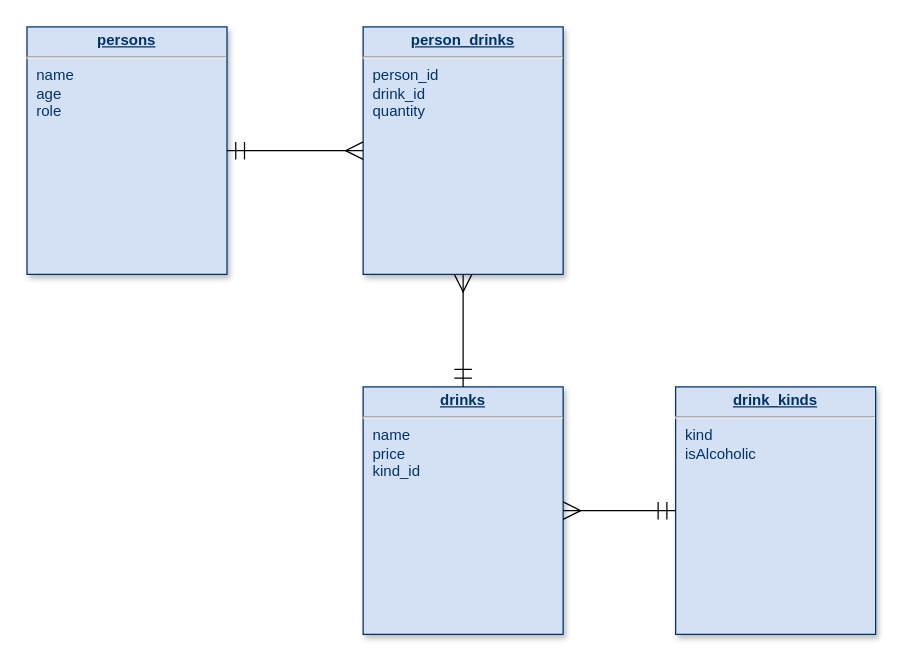
C-Side/DrinksCostCalculator-backend keeps this draw.io diagram as Calculator_data.drawio. Above is the earlier version. Source tidied: cells renumbered, new cells numbered last; positions are measured from the earlier drawing's top-left corner, leaving out a move shared by most shapes. Both pictures are drawn from the tidied source at 125%, with x=0, y=0 at pixel (26, 26).
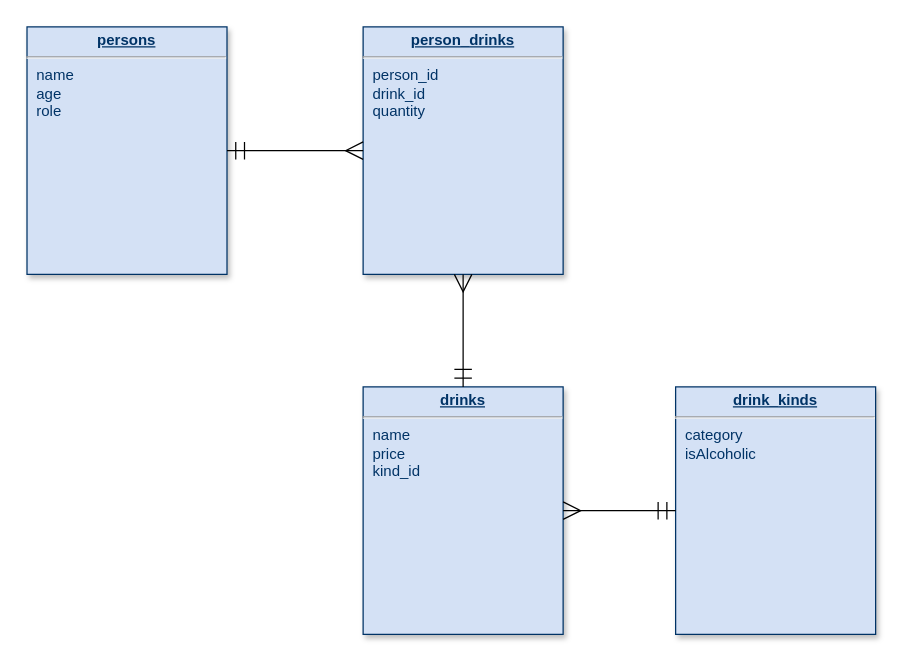
The same diagram, later.

Change to the diagram source:
```diff
@@
 <mxGraphModel>
   <root>
     <mxCell id="0" />
     <mxCell id="1" parent="0" />
     <mxCell id="2" value="&lt;p style=&quot;margin: 4px 0px 0px; text-align: center; text-decoration: underline;&quot;&gt;&lt;strong&gt;person_drinks&lt;/strong&gt;&lt;/p&gt;&lt;hr&gt;&lt;p style=&quot;margin: 0px; margin-left: 8px;&quot;&gt;person_id&lt;/p&gt;&lt;p style=&quot;margin: 0px; margin-left: 8px;&quot;&gt;drink_id&lt;/p&gt;&lt;p style=&quot;margin: 0px; margin-left: 8px;&quot;&gt;quantity&lt;/p&gt;" style="verticalAlign=top;align=left;overflow=fill;fontSize=12;fontFamily=Helvetica;html=1;strokeColor=#003366;shadow=1;fillColor=#D4E1F5;fontColor=#003366;" parent="1" vertex="1">
       <mxGeometry x="269" width="160" height="198" as="geometry" />
     </mxCell>
     <mxCell id="3" value="&lt;p style=&quot;margin: 4px 0px 0px; text-align: center; text-decoration: underline;&quot;&gt;&lt;strong&gt;persons&lt;/strong&gt;&lt;/p&gt;&lt;hr&gt;&lt;p style=&quot;margin: 0px; margin-left: 8px;&quot;&gt;name&lt;/p&gt;&lt;p style=&quot;margin: 0px; margin-left: 8px;&quot;&gt;age&lt;/p&gt;&lt;p style=&quot;margin: 0px; margin-left: 8px;&quot;&gt;role&lt;/p&gt;" style="verticalAlign=top;align=left;overflow=fill;fontSize=12;fontFamily=Helvetica;html=1;strokeColor=#003366;shadow=1;fillColor=#D4E1F5;fontColor=#003366;" parent="1" vertex="1">
       <mxGeometry x="0.1" width="160" height="198" as="geometry" />
     </mxCell>
     <mxCell id="4" style="endArrow=ERmany;endSize=12;startArrow=ERmandOne;startSize=12;startFill=0;edgeStyle=orthogonalEdgeStyle;exitX=1;exitY=0.5;rounded=0;exitDx=0;exitDy=0;endFill=0;" parent="1" edge="1" source="3" target="2">
       <mxGeometry x="769.4" y="450" as="geometry" />
     </mxCell>
     <mxCell id="5" value="&lt;p style=&quot;margin: 4px 0px 0px; text-align: center; text-decoration: underline;&quot;&gt;&lt;strong&gt;drinks&lt;/strong&gt;&lt;/p&gt;&lt;hr&gt;&lt;p style=&quot;margin: 0px; margin-left: 8px;&quot;&gt;name&lt;/p&gt;&lt;p style=&quot;margin: 0px; margin-left: 8px;&quot;&gt;price&lt;/p&gt;&lt;p style=&quot;margin: 0px; margin-left: 8px;&quot;&gt;kind_id&lt;/p&gt;" style="verticalAlign=top;align=left;overflow=fill;fontSize=12;fontFamily=Helvetica;html=1;strokeColor=#003366;shadow=1;fillColor=#D4E1F5;fontColor=#003366;" parent="1" vertex="1">
       <mxGeometry x="269" y="288" width="160" height="198" as="geometry" />
     </mxCell>
     <mxCell id="6" style="endArrow=ERmany;endSize=12;startArrow=ERmandOne;startSize=12;startFill=0;edgeStyle=orthogonalEdgeStyle;exitX=0.5;exitY=0;rounded=0;exitDx=0;exitDy=0;endFill=0;entryX=0.5;entryY=1;entryDx=0;entryDy=0;" parent="1" edge="1" source="5" target="2">
       <mxGeometry x="769.4" y="450" as="geometry" />
     </mxCell>
-    <mxCell id="7" value="&lt;p style=&quot;margin: 4px 0px 0px; text-align: center; text-decoration: underline;&quot;&gt;&lt;strong&gt;drink_kinds&lt;/strong&gt;&lt;/p&gt;&lt;hr&gt;&lt;p style=&quot;margin: 0px; margin-left: 8px;&quot;&gt;kind&lt;/p&gt;&lt;p style=&quot;margin: 0px; margin-left: 8px;&quot;&gt;isAlcoholic&lt;/p&gt;" style="verticalAlign=top;align=left;overflow=fill;fontSize=12;fontFamily=Helvetica;html=1;strokeColor=#003366;shadow=1;fillColor=#D4E1F5;fontColor=#003366;" parent="1" vertex="1">
+    <mxCell id="7" value="&lt;p style=&quot;margin: 4px 0px 0px; text-align: center; text-decoration: underline;&quot;&gt;&lt;strong&gt;drink_kinds&lt;/strong&gt;&lt;/p&gt;&lt;hr&gt;&lt;p style=&quot;margin: 0px; margin-left: 8px;&quot;&gt;category&lt;/p&gt;&lt;p style=&quot;margin: 0px; margin-left: 8px;&quot;&gt;isAlcoholic&lt;/p&gt;" style="verticalAlign=top;align=left;overflow=fill;fontSize=12;fontFamily=Helvetica;html=1;strokeColor=#003366;shadow=1;fillColor=#D4E1F5;fontColor=#003366;" parent="1" vertex="1">
       <mxGeometry x="519" y="288" width="160" height="198" as="geometry" />
     </mxCell>
     <mxCell id="8" style="endArrow=ERmandOne;endSize=12;startArrow=ERmany;startSize=12;startFill=0;edgeStyle=orthogonalEdgeStyle;exitX=1;exitY=0.5;rounded=0;exitDx=0;exitDy=0;endFill=0;entryX=0;entryY=0.5;entryDx=0;entryDy=0;" parent="1" edge="1" source="5" target="7">
       <mxGeometry x="769.4" y="450" as="geometry" />
     </mxCell>
   </root>
 </mxGraphModel>
```
